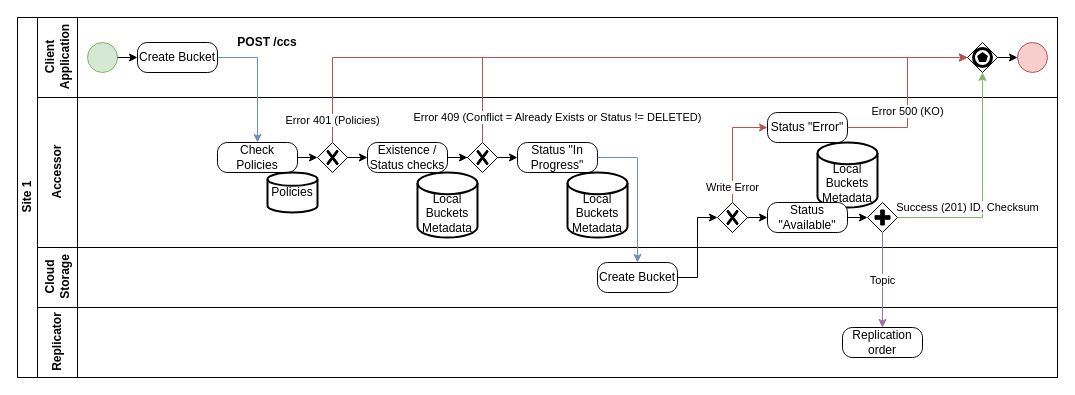
This is page "Accessor-Bucket-Create" (1 of 29) of ccs-doc/src/source/images/clone-cloud-store-diagram.drawio from fredericBregier/clone-cloud-store, a draw.io file, before an edit. Source tidied: cells renumbered, new cells numbered last; positions are measured from the earlier drawing's top-left corner, leaving out a move shared by most shapes. Both pictures are drawn from the tidied source at 100%, with x=0, y=0 at pixel (17, 17).
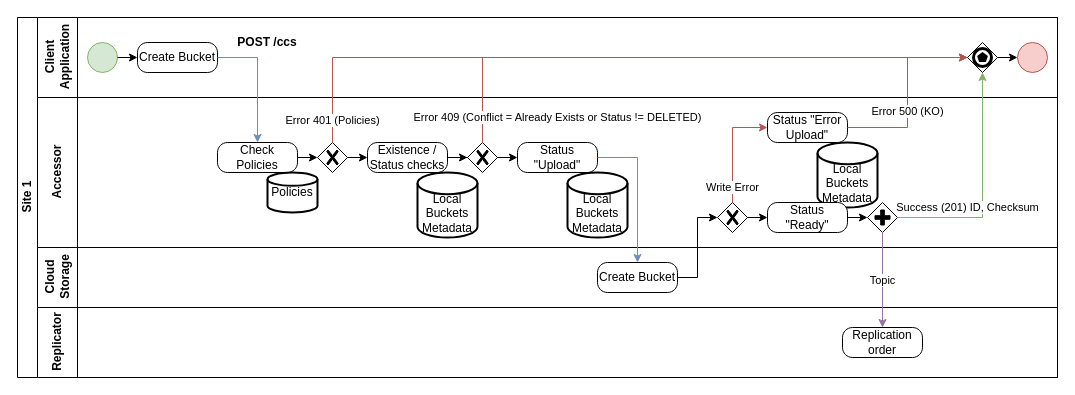
The same page after the edit.

The change refers to these unchanged cells:
```xml
<mxCell id="11" value="Accessor" style="swimlane;html=1;startSize=40;horizontal=0;" parent="2" vertex="1">
  <mxGeometry x="20" y="80" width="1020" height="150" as="geometry" />
</mxCell>
```

Change to the diagram source:
```diff
@@
-    <mxCell id="20" value="Status &quot;In Progress&quot;" style="points=[[0.25,0,0],[0.5,0,0],[0.75,0,0],[1,0.25,0],[1,0.5,0],[1,0.75,0],[0.75,1,0],[0.5,1,0],[0.25,1,0],[0,0.75,0],[0,0.5,0],[0,0.25,0]];shape=mxgraph.bpmn.task;whiteSpace=wrap;rectStyle=rounded;size=10;html=1;taskMarker=abstract;" parent="11" vertex="1">
+    <mxCell id="20" value="Status &quot;Upload&quot;" style="points=[[0.25,0,0],[0.5,0,0],[0.75,0,0],[1,0.25,0],[1,0.5,0],[1,0.75,0],[0.75,1,0],[0.5,1,0],[0.25,1,0],[0,0.75,0],[0,0.5,0],[0,0.25,0]];shape=mxgraph.bpmn.task;whiteSpace=wrap;rectStyle=rounded;size=10;html=1;taskMarker=abstract;" parent="11" vertex="1">
       <mxGeometry x="480" y="45" width="80" height="30" as="geometry" />
     </mxCell>
@@
-    <mxCell id="24" value="Status &quot;Available&quot;" style="points=[[0.25,0,0],[0.5,0,0],[0.75,0,0],[1,0.25,0],[1,0.5,0],[1,0.75,0],[0.75,1,0],[0.5,1,0],[0.25,1,0],[0,0.75,0],[0,0.5,0],[0,0.25,0]];shape=mxgraph.bpmn.task;whiteSpace=wrap;rectStyle=rounded;size=10;html=1;taskMarker=abstract;" parent="11" vertex="1">
+    <mxCell id="24" value="Status &quot;Ready&quot;" style="points=[[0.25,0,0],[0.5,0,0],[0.75,0,0],[1,0.25,0],[1,0.5,0],[1,0.75,0],[0.75,1,0],[0.5,1,0],[0.25,1,0],[0,0.75,0],[0,0.5,0],[0,0.25,0]];shape=mxgraph.bpmn.task;whiteSpace=wrap;rectStyle=rounded;size=10;html=1;taskMarker=abstract;" parent="11" vertex="1">
       <mxGeometry x="730" y="105" width="80" height="30" as="geometry" />
     </mxCell>
@@
-    <mxCell id="26" value="Status &quot;Error&quot;" style="points=[[0.25,0,0],[0.5,0,0],[0.75,0,0],[1,0.25,0],[1,0.5,0],[1,0.75,0],[0.75,1,0],[0.5,1,0],[0.25,1,0],[0,0.75,0],[0,0.5,0],[0,0.25,0]];shape=mxgraph.bpmn.task;whiteSpace=wrap;rectStyle=rounded;size=10;html=1;taskMarker=abstract;" parent="11" vertex="1">
+    <mxCell id="26" value="Status &quot;Error Upload&quot;" style="points=[[0.25,0,0],[0.5,0,0],[0.75,0,0],[1,0.25,0],[1,0.5,0],[1,0.75,0],[0.75,1,0],[0.5,1,0],[0.25,1,0],[0,0.75,0],[0,0.5,0],[0,0.25,0]];shape=mxgraph.bpmn.task;whiteSpace=wrap;rectStyle=rounded;size=10;html=1;taskMarker=abstract;" parent="11" vertex="1">
       <mxGeometry x="730" y="15" width="80" height="30" as="geometry" />
     </mxCell>
```
